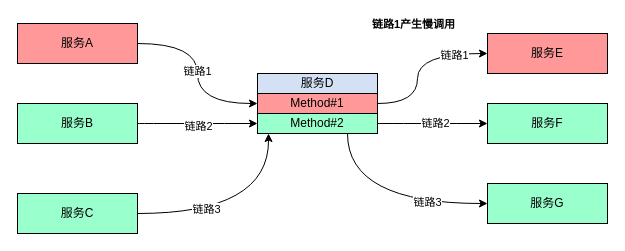
Above: 并发控制重画.drawio in yongliangcode/diagram (draw.io), before the change. Source tidied: cells renumbered, new cells numbered last; positions are measured from the earlier drawing's top-left corner, leaving out a move shared by most shapes. Both pictures are drawn from the tidied source at 100%, with x=0, y=0 at pixel (17, 23).
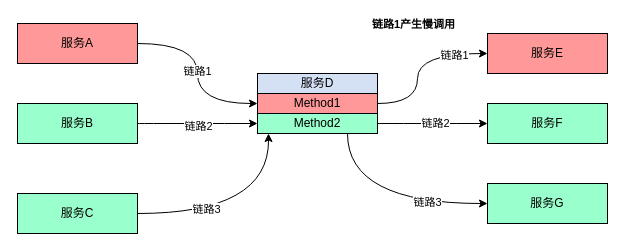
The same page after the edit.

Commit message (it also covers changes not shown here):
Update 并发控制重画.drawio

What changed in the source:
```diff
@@
-    <mxCell id="16" value="Method#1" style="rounded=0;whiteSpace=wrap;html=1;fillColor=#FF9999;" parent="1" vertex="1">
+    <mxCell id="16" value="Method1" style="rounded=0;whiteSpace=wrap;html=1;fillColor=#FF9999;" parent="1" vertex="1">
       <mxGeometry x="240" y="70" width="120" height="20" as="geometry" />
     </mxCell>
@@
-    <mxCell id="21" value="Method#2" style="rounded=0;whiteSpace=wrap;html=1;fillColor=#99FFCC;" parent="1" vertex="1">
+    <mxCell id="21" value="Method2" style="rounded=0;whiteSpace=wrap;html=1;fillColor=#99FFCC;" parent="1" vertex="1">
       <mxGeometry x="240" y="90" width="120" height="20" as="geometry" />
     </mxCell>
```
